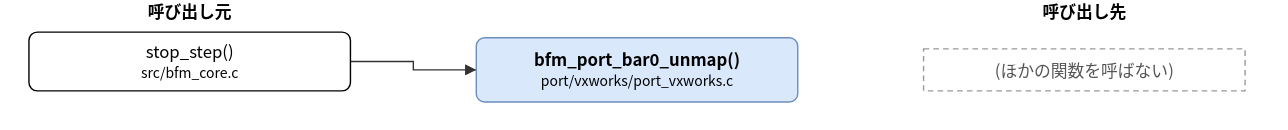
hf355051012-ai/bfmem keeps this draw.io diagram as doc/spec/images/call_port_vxworks_port_vxworks-bfm_port_bar0_unmap.drawio.svg. Above is the earlier version. Source tidied: cells renumbered, new cells last; positions are measured from the earlier drawing's top-left corner, leaving out a move shared by most shapes. The source it was exported from:
```xml
<mxGraphModel>
  <root>
    <mxCell id="0" />
    <mxCell id="1" parent="0" />
    <mxCell id="2" value="bfm_port_bar0_unmap()&lt;br&gt;&lt;font style=&quot;font-size:10px&quot;&gt;port/vxworks/port_vxworks.c&lt;/font&gt;" style="rounded=1;whiteSpace=wrap;html=1;fillColor=#dae8fc;strokeColor=#6c8ebf;fontStyle=1;" parent="1" vertex="1">
      <mxGeometry x="320" y="27" width="230" height="46" as="geometry" />
    </mxCell>
    <mxCell id="3" value="stop_step()&lt;br&gt;&lt;font style=&quot;font-size:10px&quot;&gt;src/bfm_core.c&lt;/font&gt;" style="rounded=1;whiteSpace=wrap;html=1;" parent="1" vertex="1">
      <mxGeometry y="23" width="230" height="42" as="geometry" />
    </mxCell>
    <mxCell id="4" value="(ほかの関数を呼ばない)" style="rounded=0;whiteSpace=wrap;html=1;dashed=1;strokeColor=#999999;fontColor=#555555;dashed=1;" parent="1" vertex="1">
      <mxGeometry x="640" y="35" width="230" height="30" as="geometry" />
    </mxCell>
    <mxCell id="5" style="edgeStyle=none;html=1;rounded=0;endArrow=block;endFill=1;exitX=1.0000;exitY=0.5000;exitDx=0;exitDy=0;exitPerimeter=0;entryX=0.0000;entryY=0.5000;entryDx=0;entryDy=0;entryPerimeter=0;" parent="1" edge="1" source="3" target="2">
      <mxGeometry relative="1" as="geometry">
        <Array as="points">
          <mxPoint x="275" y="44" />
          <mxPoint x="275" y="50" />
        </Array>
      </mxGeometry>
    </mxCell>
    <mxCell id="6" value="呼び出し元" style="text;html=1;align=center;fontStyle=1;" parent="1" vertex="1">
      <mxGeometry x="35" width="160" height="18" as="geometry" />
    </mxCell>
    <mxCell id="7" value="呼び出し先" style="text;html=1;align=center;fontStyle=1;" parent="1" vertex="1">
      <mxGeometry x="675" width="160" height="18" as="geometry" />
    </mxCell>
  </root>
</mxGraphModel>
```
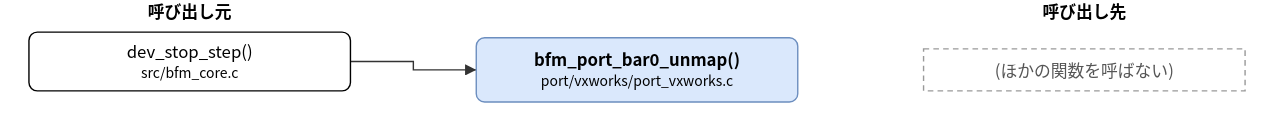
Above is the later version.

The edit, as a diff of the source:
```diff
@@ -5,7 +5,7 @@
     <mxCell id="2" value="bfm_port_bar0_unmap()&lt;br&gt;&lt;font style=&quot;font-size:10px&quot;&gt;port/vxworks/port_vxworks.c&lt;/font&gt;" style="rounded=1;whiteSpace=wrap;html=1;fillColor=#dae8fc;strokeColor=#6c8ebf;fontStyle=1;" parent="1" vertex="1">
       <mxGeometry x="320" y="27" width="230" height="46" as="geometry" />
     </mxCell>
-    <mxCell id="3" value="stop_step()&lt;br&gt;&lt;font style=&quot;font-size:10px&quot;&gt;src/bfm_core.c&lt;/font&gt;" style="rounded=1;whiteSpace=wrap;html=1;" parent="1" vertex="1">
+    <mxCell id="3" value="dev_stop_step()&lt;br&gt;&lt;font style=&quot;font-size:10px&quot;&gt;src/bfm_core.c&lt;/font&gt;" style="rounded=1;whiteSpace=wrap;html=1;" parent="1" vertex="1">
       <mxGeometry y="23" width="230" height="42" as="geometry" />
     </mxCell>
     <mxCell id="4" value="(ほかの関数を呼ばない)" style="rounded=0;whiteSpace=wrap;html=1;dashed=1;strokeColor=#999999;fontColor=#555555;dashed=1;" parent="1" vertex="1">
```
